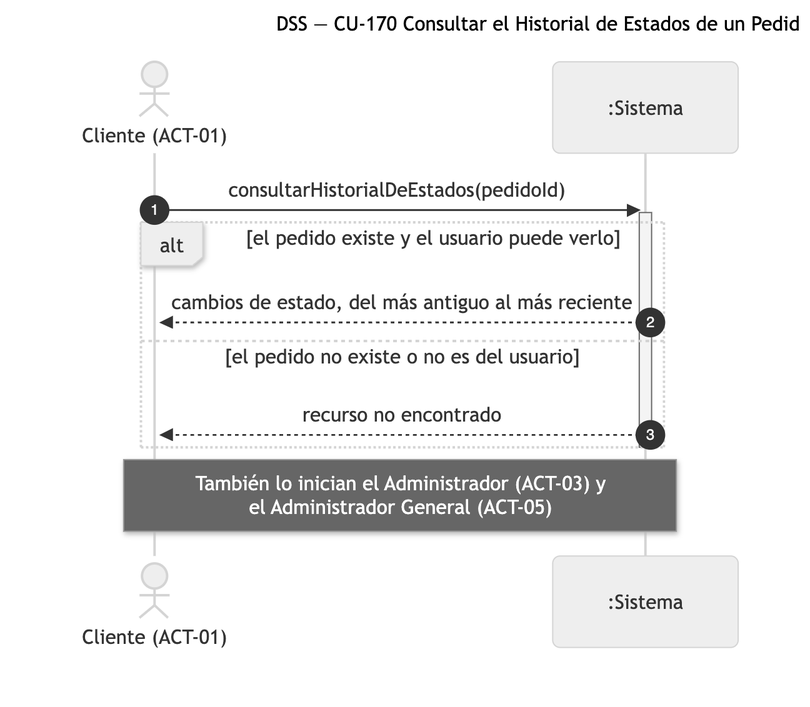
Nahuelito-Dev/splg-docs keeps this Mermaid diagram as diagramas/png/DSS_CU-170_Consultar-el-Historial-de-Estados-de-un-Pedido.png. Above is the earlier version. Its source is kept beside it as diagramas/DSS_CU-170_Consultar-el-Historial-de-Estados-de-un-Pedido.mmd.
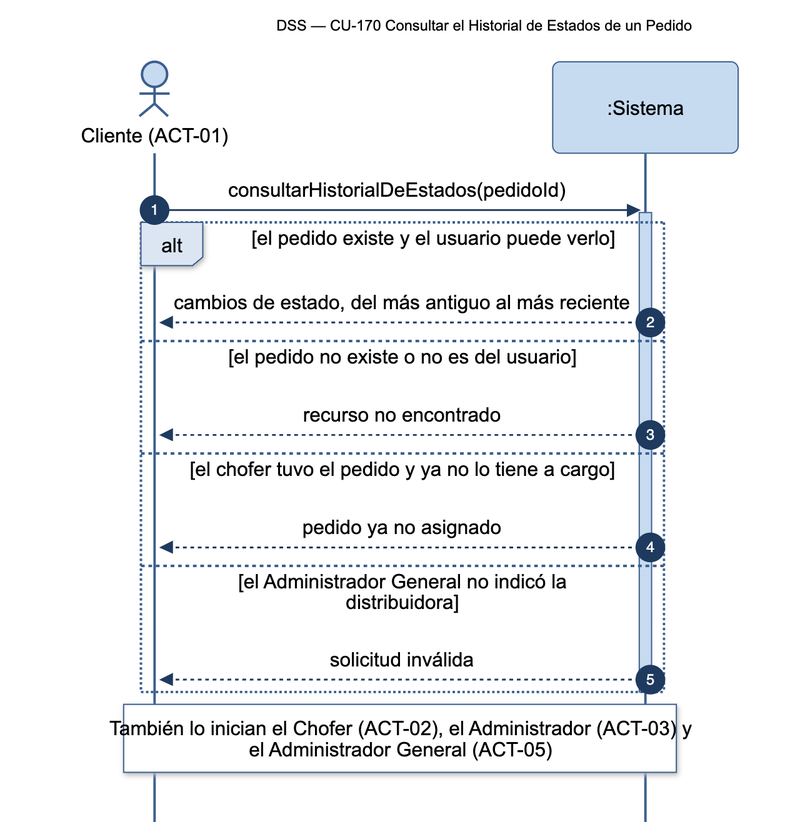
The same file after the commit.

What changed in the source:
```diff
@@ -10,6 +10,10 @@
         SIS-->>USR: cambios de estado, del más antiguo al más reciente
     else el pedido no existe o no es del usuario
         SIS-->>USR: recurso no encontrado
+    else el chofer tuvo el pedido y ya no lo tiene a cargo
+        SIS-->>USR: pedido ya no asignado
+    else el Administrador General no indicó la distribuidora
+        SIS-->>USR: solicitud inválida
     end
     deactivate SIS
-    Note over USR,SIS: También lo inician el Administrador (ACT-03) y<br/>el Administrador General (ACT-05)
+    Note over USR,SIS: También lo inician el Chofer (ACT-02), el Administrador (ACT-03) y<br/>el Administrador General (ACT-05)
```
